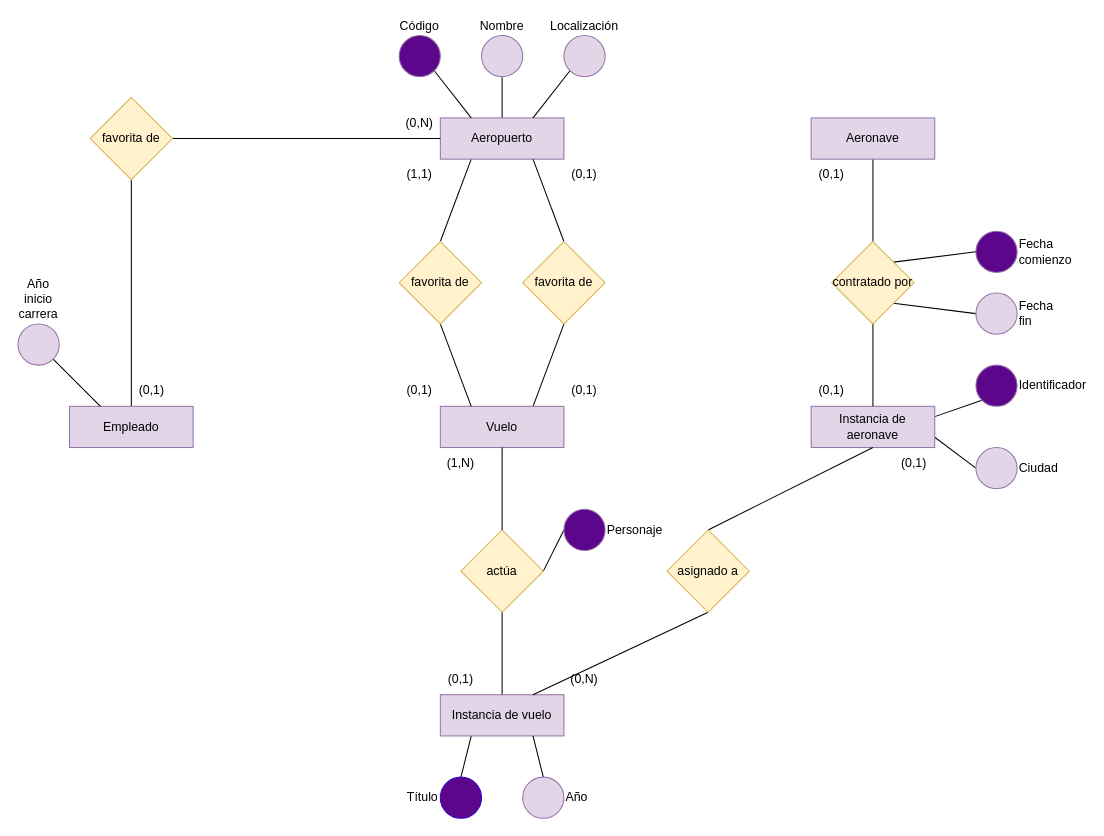
The draw.io diagram object-relational/airports.drawio in ull-cs/adbd, before the edit. Source tidied: cells renumbered, new cells numbered last; positions are measured from the earlier drawing's top-left corner, leaving out a move shared by most shapes. Both pictures are drawn from the tidied source at 103%, with x=0, y=0 at pixel (18, 35).
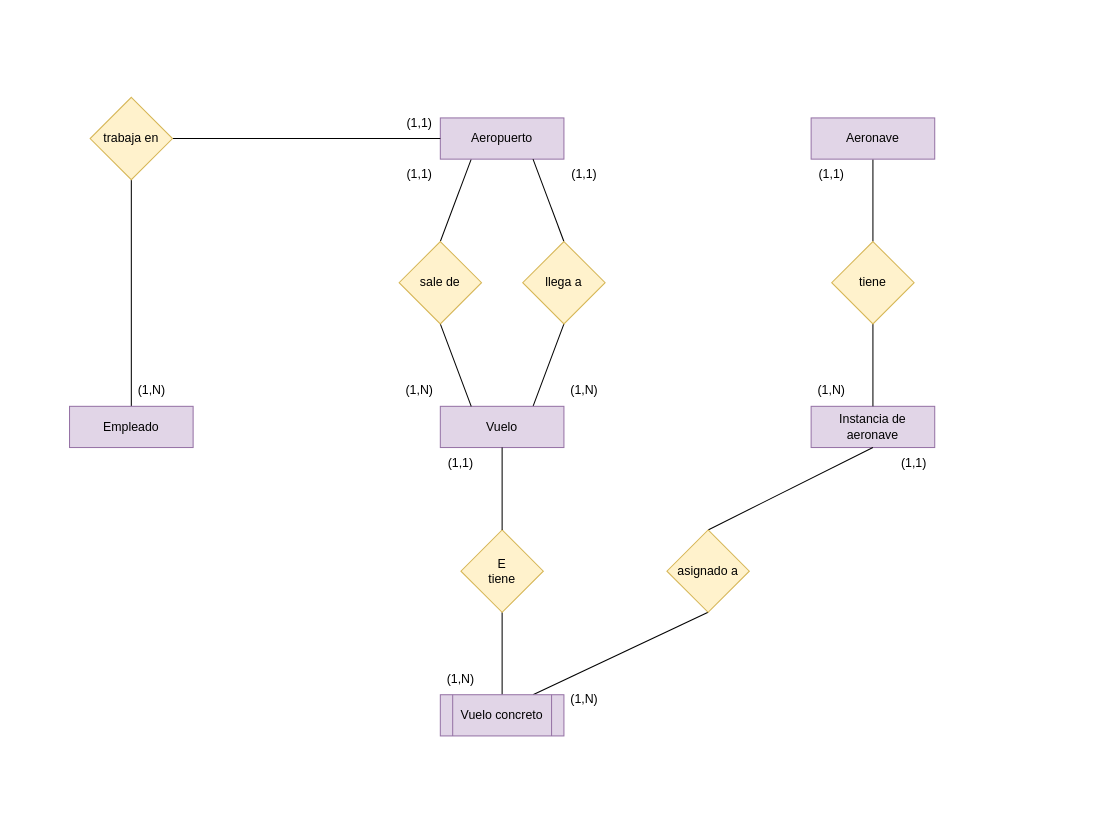
Above is the later version.

The change refers to these unchanged cells:
```xml
<mxCell id="5" value="Aeropuerto" style="rounded=0;whiteSpace=wrap;html=1;fillColor=#e1d5e7;strokeColor=#9673a6;" parent="1" vertex="1">
  <mxGeometry x="410" y="80" width="120" height="40" as="geometry" />
</mxCell>
<mxCell id="28" value="Empleado" style="rounded=0;whiteSpace=wrap;html=1;fillColor=#e1d5e7;strokeColor=#9673a6;" parent="1" vertex="1">
  <mxGeometry x="50" y="360" width="120" height="40" as="geometry" />
</mxCell>
<mxCell id="29" value="Instancia de aeronave" style="rounded=0;whiteSpace=wrap;html=1;fillColor=#e1d5e7;strokeColor=#9673a6;" parent="1" vertex="1">
  <mxGeometry x="770" y="360" width="120" height="40" as="geometry" />
</mxCell>
<mxCell id="47" value="asignado a" style="rhombus;whiteSpace=wrap;html=1;fillColor=#fff2cc;strokeColor=#d6b656;" parent="1" vertex="1">
  <mxGeometry x="630" y="480" width="80" height="80" as="geometry" />
</mxCell>
```

Diff of the diagram source:
```diff
@@
-    <mxCell id="2" style="edgeStyle=none;html=1;entryX=0.5;entryY=1;entryDx=0;entryDy=0;endArrow=none;endFill=0;exitX=0.5;exitY=0;exitDx=0;exitDy=0;" parent="1" edge="1" source="5" target="11">
-      <mxGeometry relative="1" as="geometry" />
-    </mxCell>
@@
-    <mxCell id="6" style="edgeStyle=none;html=1;exitX=1;exitY=0.5;exitDx=0;exitDy=0;entryX=0;entryY=0.5;entryDx=0;entryDy=0;endArrow=none;endFill=0;" parent="1" edge="1" source="8" target="24">
-      <mxGeometry relative="1" as="geometry" />
-    </mxCell>
-    <mxCell id="7" style="edgeStyle=none;html=1;exitX=0.5;exitY=1;exitDx=0;exitDy=0;entryX=0;entryY=1;entryDx=0;entryDy=0;endArrow=none;endFill=0;" parent="1" edge="1" source="8">
-      <mxGeometry relative="1" as="geometry">
-        <mxPoint x="470" y="640" as="targetPoint" />
-      </mxGeometry>
+    <mxCell id="7" style="edgeStyle=none;html=1;exitX=0.5;exitY=1;exitDx=0;exitDy=0;entryX=0.5;entryY=0;entryDx=0;entryDy=0;endArrow=none;endFill=0;" parent="1" edge="1" source="8" target="61">
+      <mxGeometry relative="1" as="geometry" />
     </mxCell>
-    <mxCell id="8" value="actúa" style="rhombus;whiteSpace=wrap;html=1;fillColor=#fff2cc;strokeColor=#d6b656;" parent="1" vertex="1">
+    <mxCell id="8" value="&lt;div&gt;E&lt;/div&gt;tiene" style="rhombus;whiteSpace=wrap;html=1;fillColor=#fff2cc;strokeColor=#d6b656;" parent="1" vertex="1">
       <mxGeometry x="430" y="480" width="80" height="80" as="geometry" />
     </mxCell>
-    <mxCell id="9" style="edgeStyle=none;html=1;exitX=0.25;exitY=1;exitDx=0;exitDy=0;entryX=0.5;entryY=0;entryDx=0;entryDy=0;endArrow=none;endFill=0;" parent="1" edge="1" source="10" target="12">
-      <mxGeometry relative="1" as="geometry" />
-    </mxCell>
-    <mxCell id="10" value="Instancia de vuelo" style="rounded=0;whiteSpace=wrap;html=1;fillColor=#e1d5e7;strokeColor=#9673a6;" parent="1" vertex="1">
-      <mxGeometry x="410" y="640" width="120" height="40" as="geometry" />
-    </mxCell>
-    <mxCell id="11" value="Nombre" style="ellipse;whiteSpace=wrap;html=1;fillColor=#e1d5e7;strokeColor=#9673a6;verticalAlign=bottom;labelPosition=center;verticalLabelPosition=top;align=center;" parent="1" vertex="1">
-      <mxGeometry x="450" width="40" height="40" as="geometry" />
-    </mxCell>
-    <mxCell id="12" value="Título" style="ellipse;whiteSpace=wrap;html=1;fillColor=#5C068C;fontColor=#000000;strokeColor=#3700CC;verticalAlign=middle;labelPosition=left;verticalLabelPosition=middle;align=right;" parent="1" vertex="1">
-      <mxGeometry x="410" y="720" width="40" height="40" as="geometry" />
-    </mxCell>
@@
-    <mxCell id="16" style="edgeStyle=none;html=1;exitX=1;exitY=1;exitDx=0;exitDy=0;entryX=0.25;entryY=0;entryDx=0;entryDy=0;endArrow=none;endFill=0;" parent="1" edge="1" source="17" target="5">
-      <mxGeometry relative="1" as="geometry" />
-    </mxCell>
-    <mxCell id="17" value="Código" style="ellipse;whiteSpace=wrap;html=1;fillColor=#5C068C;strokeColor=#9673a6;verticalAlign=bottom;labelPosition=center;verticalLabelPosition=top;align=center;" parent="1" vertex="1">
-      <mxGeometry x="370" width="40" height="40" as="geometry" />
-    </mxCell>
-    <mxCell id="18" style="edgeStyle=none;html=1;exitX=0;exitY=1;exitDx=0;exitDy=0;entryX=1;entryY=0.25;entryDx=0;entryDy=0;endArrow=none;endFill=0;" parent="1" edge="1" source="19" target="29">
-      <mxGeometry relative="1" as="geometry" />
-    </mxCell>
-    <mxCell id="19" value="Identificador" style="ellipse;whiteSpace=wrap;html=1;fillColor=#5C068C;strokeColor=#9673a6;verticalAlign=middle;labelPosition=right;verticalLabelPosition=middle;align=left;" parent="1" vertex="1">
-      <mxGeometry x="930" y="320" width="40" height="40" as="geometry" />
-    </mxCell>
-    <mxCell id="20" style="edgeStyle=none;html=1;exitX=0;exitY=0.5;exitDx=0;exitDy=0;entryX=1;entryY=0.75;entryDx=0;entryDy=0;endArrow=none;endFill=0;" parent="1" edge="1" source="21" target="29">
-      <mxGeometry relative="1" as="geometry" />
-    </mxCell>
-    <mxCell id="21" value="Ciudad" style="ellipse;whiteSpace=wrap;html=1;fillColor=#e1d5e7;strokeColor=#9673a6;verticalAlign=middle;labelPosition=right;verticalLabelPosition=middle;align=left;" parent="1" vertex="1">
-      <mxGeometry x="930" y="400" width="40" height="40" as="geometry" />
-    </mxCell>
-    <mxCell id="22" style="edgeStyle=none;html=1;exitX=0.75;exitY=1;exitDx=0;exitDy=0;entryX=0.5;entryY=1;entryDx=0;entryDy=0;endArrow=none;endFill=0;" parent="1" edge="1" target="47">
-      <mxGeometry relative="1" as="geometry">
-        <mxPoint x="500" y="640" as="sourcePoint" />
-      </mxGeometry>
+    <mxCell id="22" style="edgeStyle=none;html=1;exitX=0.75;exitY=0;exitDx=0;exitDy=0;entryX=0.5;entryY=1;entryDx=0;entryDy=0;endArrow=none;endFill=0;" parent="1" edge="1" source="61" target="47">
+      <mxGeometry relative="1" as="geometry" />
     </mxCell>
-    <mxCell id="23" value="(1,N)" style="text;html=1;strokeColor=none;fillColor=none;align=center;verticalAlign=middle;whiteSpace=wrap;rounded=0;" parent="1" vertex="1">
+    <mxCell id="23" value="(1,1)" style="text;html=1;strokeColor=none;fillColor=none;align=center;verticalAlign=middle;whiteSpace=wrap;rounded=0;" parent="1" vertex="1">
       <mxGeometry x="410" y="400" width="40" height="30" as="geometry" />
     </mxCell>
-    <mxCell id="24" value="Personaje" style="ellipse;whiteSpace=wrap;html=1;fillColor=#5C068C;strokeColor=#9673a6;verticalAlign=middle;labelPosition=right;verticalLabelPosition=middle;align=left;" parent="1" vertex="1">
-      <mxGeometry x="530" y="460" width="40" height="40" as="geometry" />
-    </mxCell>
-    <mxCell id="25" style="edgeStyle=none;html=1;exitX=0;exitY=1;exitDx=0;exitDy=0;entryX=0.75;entryY=0;entryDx=0;entryDy=0;endArrow=none;endFill=0;" parent="1" edge="1" source="26" target="5">
-      <mxGeometry relative="1" as="geometry" />
-    </mxCell>
-    <mxCell id="26" value="Localización" style="ellipse;whiteSpace=wrap;html=1;fillColor=#e1d5e7;strokeColor=#9673a6;verticalAlign=bottom;labelPosition=center;verticalLabelPosition=top;align=center;" parent="1" vertex="1">
-      <mxGeometry x="530" width="40" height="40" as="geometry" />
-    </mxCell>
@@
-    <mxCell id="31" style="edgeStyle=none;html=1;exitX=1;exitY=0;exitDx=0;exitDy=0;entryX=0;entryY=0.5;entryDx=0;entryDy=0;endArrow=none;endFill=0;" parent="1" edge="1" source="34" target="43">
-      <mxGeometry relative="1" as="geometry" />
-    </mxCell>
-    <mxCell id="32" style="edgeStyle=none;html=1;exitX=1;exitY=1;exitDx=0;exitDy=0;entryX=0;entryY=0.5;entryDx=0;entryDy=0;endArrow=none;endFill=0;" parent="1" edge="1" source="34" target="44">
-      <mxGeometry relative="1" as="geometry" />
-    </mxCell>
@@
-    <mxCell id="34" value="contratado por" style="rhombus;whiteSpace=wrap;html=1;fillColor=#fff2cc;strokeColor=#d6b656;" parent="1" vertex="1">
+    <mxCell id="34" value="tiene" style="rhombus;whiteSpace=wrap;html=1;fillColor=#fff2cc;strokeColor=#d6b656;" parent="1" vertex="1">
       <mxGeometry x="790" y="200" width="80" height="80" as="geometry" />
     </mxCell>
@@
-    <mxCell id="37" value="(0,1)" style="text;html=1;strokeColor=none;fillColor=none;align=center;verticalAlign=middle;whiteSpace=wrap;rounded=0;" parent="1" vertex="1">
+    <mxCell id="37" value="(1,N)" style="text;html=1;strokeColor=none;fillColor=none;align=center;verticalAlign=middle;whiteSpace=wrap;rounded=0;" parent="1" vertex="1">
       <mxGeometry x="110" y="330" width="40" height="30" as="geometry" />
     </mxCell>
-    <mxCell id="38" value="(0,1)" style="text;html=1;strokeColor=none;fillColor=none;align=center;verticalAlign=middle;whiteSpace=wrap;rounded=0;" parent="1" vertex="1">
+    <mxCell id="38" value="(1,N)" style="text;html=1;strokeColor=none;fillColor=none;align=center;verticalAlign=middle;whiteSpace=wrap;rounded=0;" parent="1" vertex="1">
       <mxGeometry x="370" y="330" width="40" height="30" as="geometry" />
     </mxCell>
-    <mxCell id="39" style="edgeStyle=none;html=1;exitX=1;exitY=1;exitDx=0;exitDy=0;entryX=0.25;entryY=0;entryDx=0;entryDy=0;endArrow=none;endFill=0;" parent="1" edge="1" source="40" target="28">
-      <mxGeometry relative="1" as="geometry" />
-    </mxCell>
-    <mxCell id="40" value="Año inicio carrera" style="ellipse;whiteSpace=wrap;html=1;fillColor=#e1d5e7;strokeColor=#9673a6;verticalAlign=bottom;labelPosition=center;verticalLabelPosition=top;align=center;" parent="1" vertex="1">
-      <mxGeometry y="280" width="40" height="40" as="geometry" />
-    </mxCell>
-    <mxCell id="41" style="edgeStyle=none;html=1;exitX=0.5;exitY=0;exitDx=0;exitDy=0;entryX=0.75;entryY=1;entryDx=0;entryDy=0;endArrow=none;endFill=0;" parent="1" edge="1" source="42" target="10">
-      <mxGeometry relative="1" as="geometry" />
-    </mxCell>
-    <mxCell id="42" value="Año" style="ellipse;whiteSpace=wrap;html=1;fillColor=#e1d5e7;strokeColor=#9673a6;verticalAlign=middle;labelPosition=right;verticalLabelPosition=middle;align=left;" parent="1" vertex="1">
-      <mxGeometry x="490" y="720" width="40" height="40" as="geometry" />
-    </mxCell>
-    <mxCell id="43" value="Fecha comienzo" style="ellipse;whiteSpace=wrap;html=1;fillColor=#5C068C;strokeColor=#9673a6;verticalAlign=middle;labelPosition=right;verticalLabelPosition=middle;align=left;" parent="1" vertex="1">
-      <mxGeometry x="930" y="190" width="40" height="40" as="geometry" />
-    </mxCell>
-    <mxCell id="44" value="Fecha fin" style="ellipse;whiteSpace=wrap;html=1;fillColor=#e1d5e7;strokeColor=#9673a6;verticalAlign=middle;labelPosition=right;verticalLabelPosition=middle;align=left;" parent="1" vertex="1">
-      <mxGeometry x="930" y="250" width="40" height="40" as="geometry" />
-    </mxCell>
-    <mxCell id="45" value="(0,N)" style="text;html=1;strokeColor=none;fillColor=none;align=center;verticalAlign=middle;whiteSpace=wrap;rounded=0;" parent="1" vertex="1">
+    <mxCell id="45" value="(1,1)" style="text;html=1;strokeColor=none;fillColor=none;align=center;verticalAlign=middle;whiteSpace=wrap;rounded=0;" parent="1" vertex="1">
       <mxGeometry x="370" y="70" width="40" height="30" as="geometry" />
     </mxCell>
@@
-    <mxCell id="48" value="(0,N)" style="text;html=1;strokeColor=none;fillColor=none;align=center;verticalAlign=middle;whiteSpace=wrap;rounded=0;" parent="1" vertex="1">
-      <mxGeometry x="530" y="610" width="40" height="30" as="geometry" />
+    <mxCell id="48" value="(1,N)" style="text;html=1;strokeColor=none;fillColor=none;align=center;verticalAlign=middle;whiteSpace=wrap;rounded=0;" parent="1" vertex="1">
+      <mxGeometry x="530" y="630" width="40" height="30" as="geometry" />
     </mxCell>
@@
-    <mxCell id="51" value="favorita de" style="rhombus;whiteSpace=wrap;html=1;fillColor=#fff2cc;strokeColor=#d6b656;" parent="1" vertex="1">
+    <mxCell id="51" value="trabaja en" style="rhombus;whiteSpace=wrap;html=1;fillColor=#fff2cc;strokeColor=#d6b656;" parent="1" vertex="1">
       <mxGeometry x="70" y="60" width="80" height="80" as="geometry" />
     </mxCell>
-    <mxCell id="52" value="favorita de" style="rhombus;whiteSpace=wrap;html=1;fillColor=#fff2cc;strokeColor=#d6b656;" parent="1" vertex="1">
+    <mxCell id="52" value="sale de" style="rhombus;whiteSpace=wrap;html=1;fillColor=#fff2cc;strokeColor=#d6b656;" parent="1" vertex="1">
       <mxGeometry x="370" y="200" width="80" height="80" as="geometry" />
     </mxCell>
@@
-    <mxCell id="54" value="favorita de" style="rhombus;whiteSpace=wrap;html=1;fillColor=#fff2cc;strokeColor=#d6b656;" parent="1" vertex="1">
+    <mxCell id="54" value="llega a" style="rhombus;whiteSpace=wrap;html=1;fillColor=#fff2cc;strokeColor=#d6b656;" parent="1" vertex="1">
       <mxGeometry x="490" y="200" width="80" height="80" as="geometry" />
     </mxCell>
-    <mxCell id="55" value="(0,1)" style="text;html=1;strokeColor=none;fillColor=none;align=center;verticalAlign=middle;whiteSpace=wrap;rounded=0;" parent="1" vertex="1">
+    <mxCell id="55" value="(1,N)" style="text;html=1;strokeColor=none;fillColor=none;align=center;verticalAlign=middle;whiteSpace=wrap;rounded=0;" parent="1" vertex="1">
       <mxGeometry x="530" y="330" width="40" height="30" as="geometry" />
     </mxCell>
-    <mxCell id="56" value="(0,1)" style="text;html=1;strokeColor=none;fillColor=none;align=center;verticalAlign=middle;whiteSpace=wrap;rounded=0;" parent="1" vertex="1">
+    <mxCell id="56" value="(1,1)" style="text;html=1;strokeColor=none;fillColor=none;align=center;verticalAlign=middle;whiteSpace=wrap;rounded=0;" parent="1" vertex="1">
       <mxGeometry x="530" y="120" width="40" height="30" as="geometry" />
     </mxCell>
-    <mxCell id="57" value="(0,1)" style="text;html=1;strokeColor=none;fillColor=none;align=center;verticalAlign=middle;whiteSpace=wrap;rounded=0;" parent="1" vertex="1">
+    <mxCell id="57" value="(1,N)" style="text;html=1;strokeColor=none;fillColor=none;align=center;verticalAlign=middle;whiteSpace=wrap;rounded=0;" parent="1" vertex="1">
       <mxGeometry x="410" y="610" width="40" height="30" as="geometry" />
     </mxCell>
-    <mxCell id="58" value="(0,1)" style="text;html=1;strokeColor=none;fillColor=none;align=center;verticalAlign=middle;whiteSpace=wrap;rounded=0;" parent="1" vertex="1">
+    <mxCell id="58" value="(1,1)" style="text;html=1;strokeColor=none;fillColor=none;align=center;verticalAlign=middle;whiteSpace=wrap;rounded=0;" parent="1" vertex="1">
       <mxGeometry x="770" y="120" width="40" height="30" as="geometry" />
     </mxCell>
-    <mxCell id="59" value="(0,1)" style="text;html=1;strokeColor=none;fillColor=none;align=center;verticalAlign=middle;whiteSpace=wrap;rounded=0;" parent="1" vertex="1">
+    <mxCell id="59" value="(1,N)" style="text;html=1;strokeColor=none;fillColor=none;align=center;verticalAlign=middle;whiteSpace=wrap;rounded=0;" parent="1" vertex="1">
       <mxGeometry x="770" y="330" width="40" height="30" as="geometry" />
     </mxCell>
-    <mxCell id="60" value="(0,1)" style="text;html=1;strokeColor=none;fillColor=none;align=center;verticalAlign=middle;whiteSpace=wrap;rounded=0;" parent="1" vertex="1">
+    <mxCell id="60" value="(1,1)" style="text;html=1;strokeColor=none;fillColor=none;align=center;verticalAlign=middle;whiteSpace=wrap;rounded=0;" parent="1" vertex="1">
       <mxGeometry x="850" y="400" width="40" height="30" as="geometry" />
     </mxCell>
+    <mxCell id="61" value="Vuelo concreto" style="shape=process;whiteSpace=wrap;html=1;backgroundOutline=1;fillColor=#e1d5e7;strokeColor=#9673a6;" parent="1" vertex="1">
+      <mxGeometry x="410" y="640" width="120" height="40" as="geometry" />
+    </mxCell>
```
